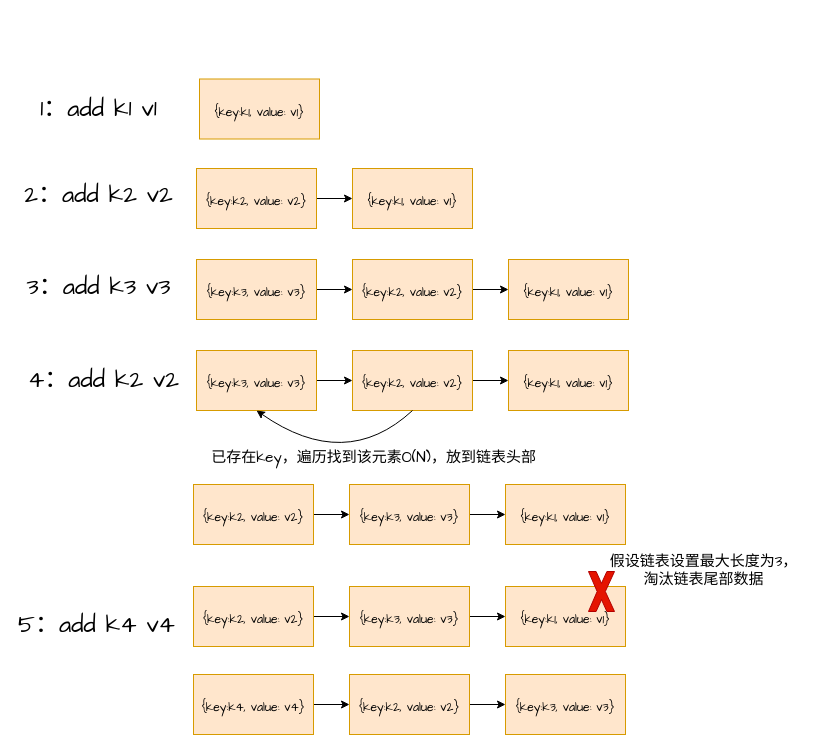
Earlier version of the draw.io diagram Untitled Diagram.drawio (betNevS/draw). Source tidied: cells renumbered, new cells numbered last; positions are measured from the earlier drawing's top-left corner, leaving out a move shared by most shapes. Both pictures are drawn from the tidied source at 100%, with x=0, y=0 at pixel (17, 79).
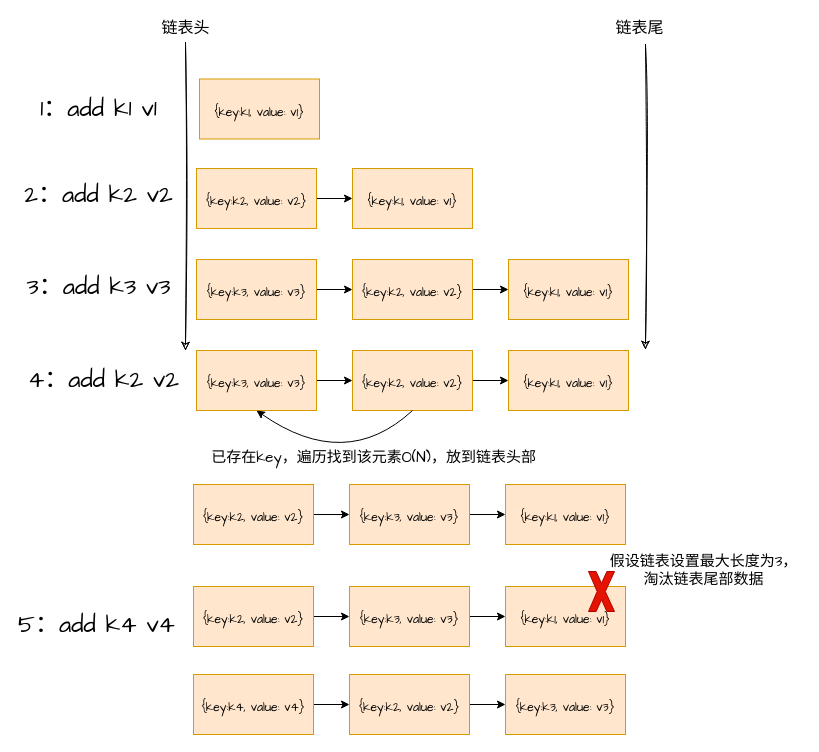
Above is the later version.

Change to the diagram source:
```diff
@@
+    <mxCell id="40" style="endArrow=classic;html=1;rounded=0;sketch=1;" parent="1" edge="1">
+      <mxGeometry relative="1" as="geometry">
+        <mxPoint x="168" y="-37" as="sourcePoint" />
+        <mxPoint x="168" y="271" as="targetPoint" />
+      </mxGeometry>
+    </mxCell>
+    <mxCell id="41" style="endArrow=classic;html=1;rounded=0;sketch=1;" parent="1" edge="1">
+      <mxGeometry relative="1" as="geometry">
+        <mxPoint x="628" y="-35" as="sourcePoint" />
+        <mxPoint x="628" y="270" as="targetPoint" />
+      </mxGeometry>
+    </mxCell>
+    <mxCell id="42" value="&lt;font style=&quot;font-size: 16px&quot;&gt;链表头&lt;/font&gt;" style="text;html=1;align=center;verticalAlign=middle;strokeColor=none;fillColor=none;" parent="1" vertex="1">
+      <mxGeometry x="139" y="-62" width="58" height="19" as="geometry" />
+    </mxCell>
+    <mxCell id="43" value="&lt;font style=&quot;font-size: 16px&quot;&gt;链表尾&lt;/font&gt;" style="text;html=1;align=center;verticalAlign=middle;strokeColor=none;fillColor=none;" parent="1" vertex="1">
+      <mxGeometry x="593" y="-62" width="58" height="19" as="geometry" />
+    </mxCell>
```
